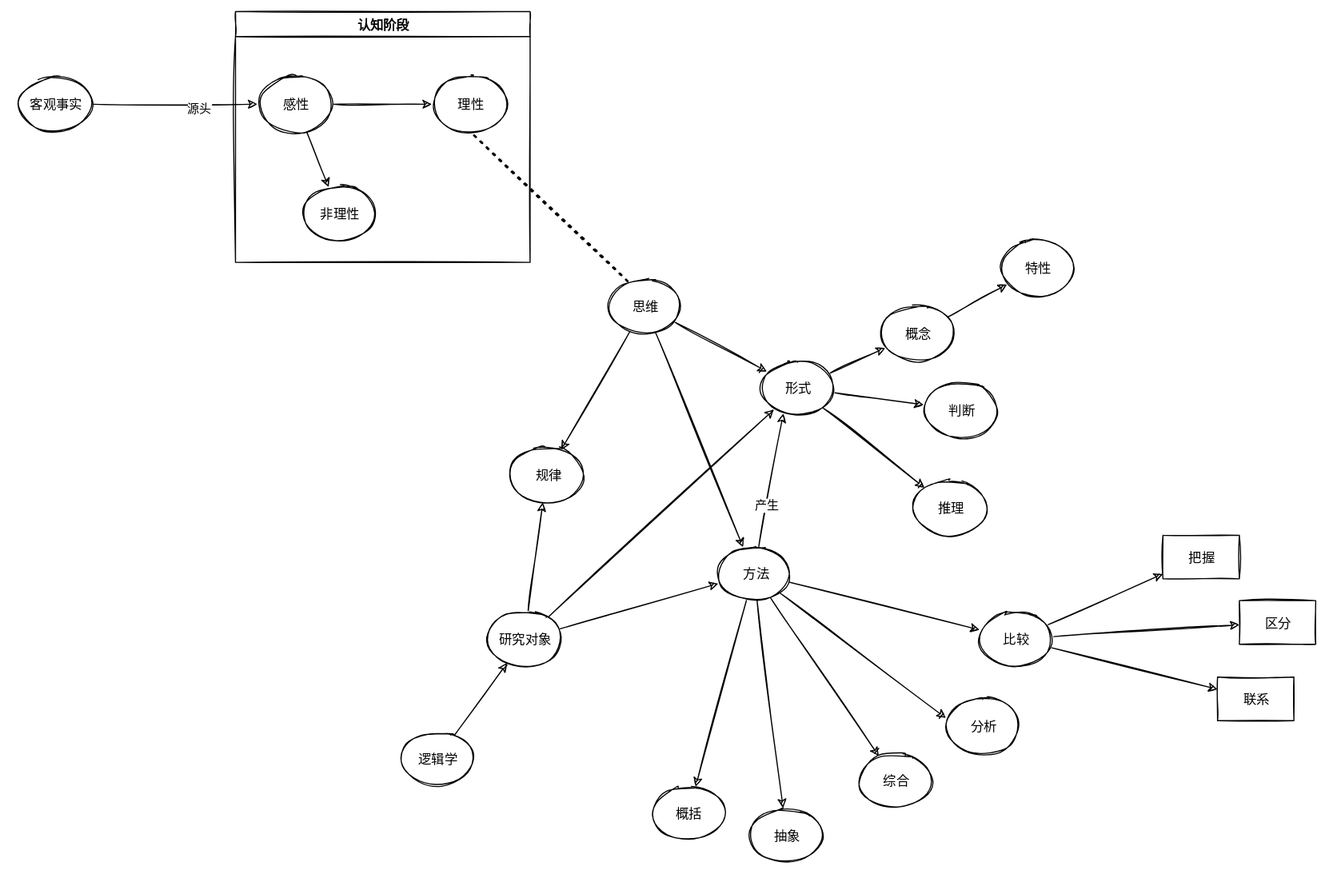
Echo-Yanglulu/obsidianPrivateNote keeps this draw.io diagram as 笔记/工具/哲学/Untitled Diagram.svg. Above is the earlier version. Source tidied: cells renumbered, new cells last; positions are measured from the earlier drawing's top-left corner, leaving out a move shared by most shapes.
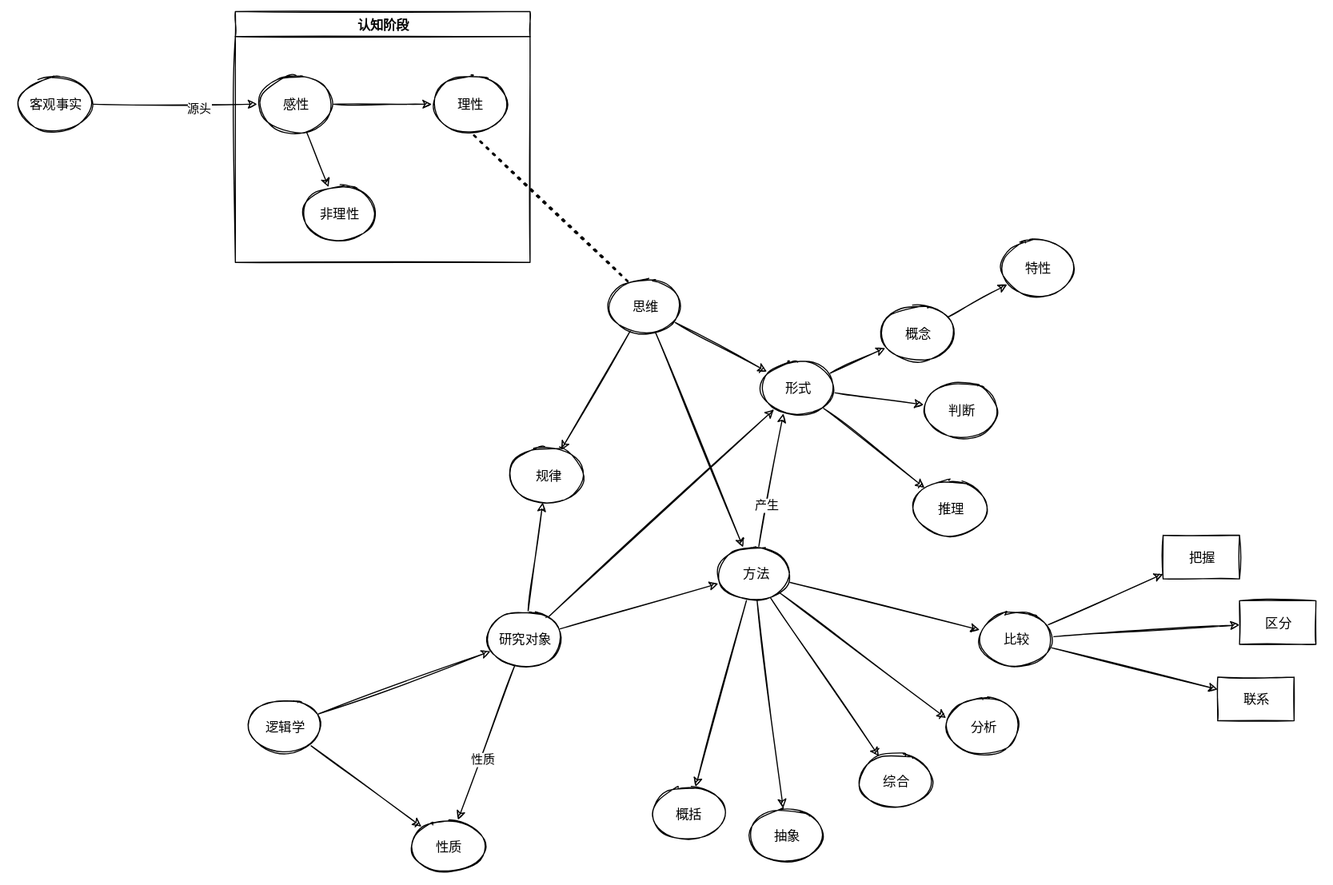
After the commit.

The edit, as a diff of the source:
```diff
@@ -23,8 +23,11 @@
     <mxCell id="8" style="edgeStyle=none;html=1;" parent="1" edge="1" source="9" target="43">
       <mxGeometry relative="1" as="geometry" />
     </mxCell>
+    <mxCell id="51" style="edgeStyle=none;html=1;" parent="1" edge="1" source="9" target="54">
+      <mxGeometry relative="1" as="geometry" />
+    </mxCell>
     <mxCell id="9" value="逻辑学" style="ellipse;whiteSpace=wrap;html=1;" parent="1" vertex="1">
-      <mxGeometry x="350" y="660" width="70" height="50" as="geometry" />
+      <mxGeometry x="210" y="630" width="70" height="50" as="geometry" />
     </mxCell>
     <mxCell id="10" style="edgeStyle=none;html=1;" parent="1" edge="1" source="13" target="15">
       <mxGeometry relative="1" as="geometry" />
@@ -125,6 +128,12 @@
     <mxCell id="42" style="edgeStyle=none;html=1;" parent="1" edge="1" source="43" target="27">
       <mxGeometry relative="1" as="geometry" />
     </mxCell>
+    <mxCell id="52" style="edgeStyle=none;html=1;" parent="1" edge="1" source="43" target="54">
+      <mxGeometry relative="1" as="geometry" />
+    </mxCell>
+    <mxCell id="53" value="性质" style="edgeLabel;html=1;align=center;verticalAlign=middle;" parent="52" vertex="1">
+      <mxGeometry x="0.2" y="2" relative="1" as="geometry" />
+    </mxCell>
     <mxCell id="43" value="研究对象" style="ellipse;whiteSpace=wrap;html=1;" parent="1" vertex="1">
       <mxGeometry x="430" y="550" width="70" height="50" as="geometry" />
     </mxCell>
@@ -149,5 +158,8 @@
     <mxCell id="50" value="特性" style="ellipse;whiteSpace=wrap;html=1;" parent="1" vertex="1">
       <mxGeometry x="900" y="210" width="70" height="50" as="geometry" />
     </mxCell>
+    <mxCell id="54" value="性质" style="ellipse;whiteSpace=wrap;html=1;" parent="1" vertex="1">
+      <mxGeometry x="360" y="740" width="70" height="50" as="geometry" />
+    </mxCell>
   </root>
 </mxGraphModel>
```
